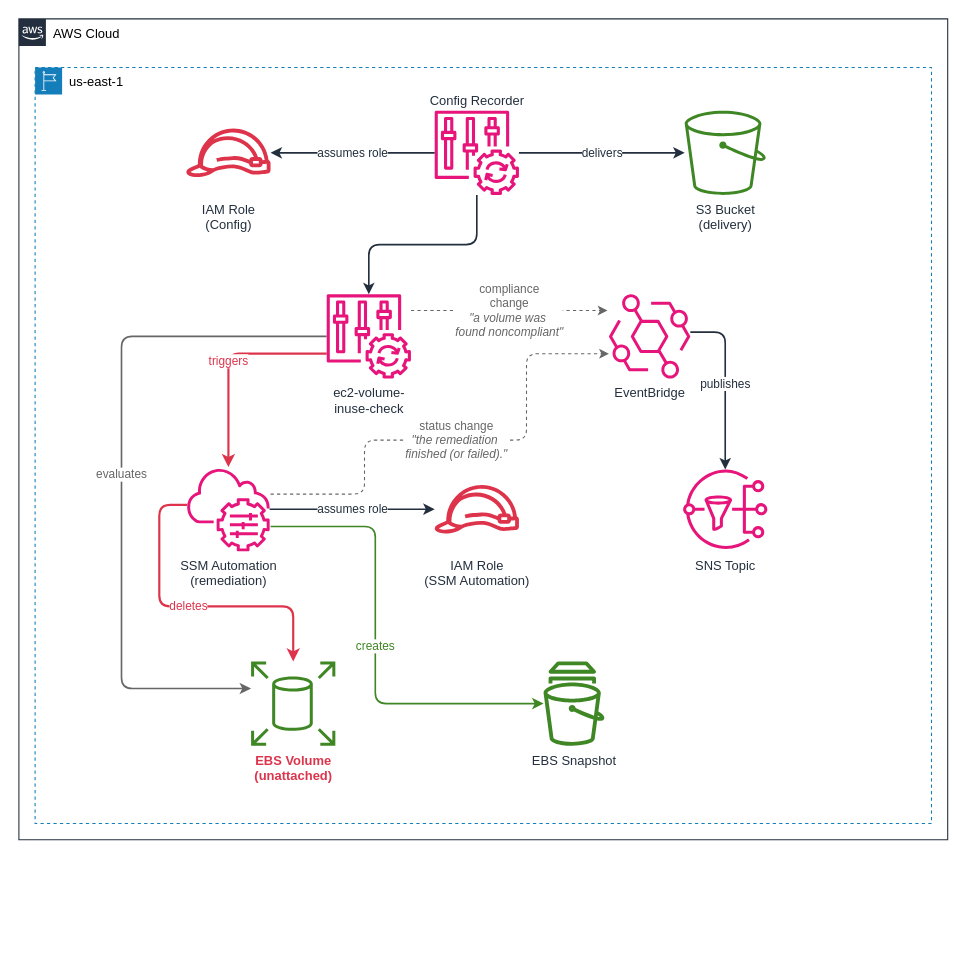
Before: labs/04-ebs-volume-cleanup-with-config-remediation/architecture.drawio in prasitstk/aws-security-hardening-labs, a draw.io diagram. Source tidied: cells renumbered, new cells numbered last; positions are measured from the earlier drawing's top-left corner, leaving out a move shared by most shapes. Both pictures are drawn from the tidied source at 108%, with x=0, y=0 at pixel (18, 18).
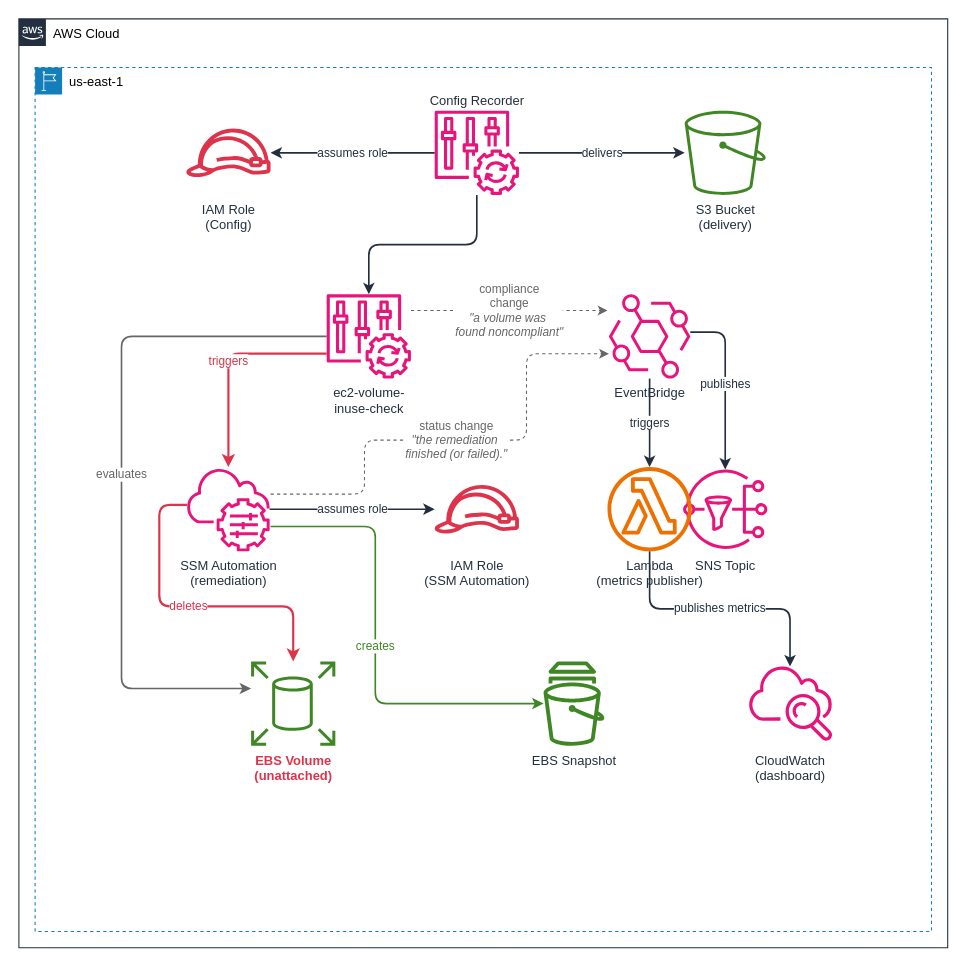
The same diagram, later.

Unchanged cells that the change refers to:
```xml
<mxCell id="8" value="EventBridge" style="sketch=0;outlineConnect=0;fontColor=#232F3E;gradientColor=none;fillColor=#E7157B;strokeColor=none;dashed=0;verticalLabelPosition=bottom;verticalAlign=top;align=center;html=1;fontSize=12;fontStyle=0;shape=mxgraph.aws4.eventbridge;" parent="3" vertex="1">
  <mxGeometry x="530" y="210" width="78" height="78" as="geometry" />
</mxCell>
```

The edit, as a diff of the source:
```diff
@@
     <mxCell id="2" value="AWS Cloud" style="gradientColor=none;html=1;whiteSpace=wrap;fontSize=12;fontStyle=0;strokeColor=#232F3E;fillColor=none;shape=mxgraph.aws4.group;grIcon=mxgraph.aws4.group_aws_cloud_alt;verticalAlign=top;align=left;spacingLeft=30;dashed=0;" parent="1" vertex="1">
-      <mxGeometry width="860" height="760" as="geometry" />
+      <mxGeometry width="860" height="860" as="geometry" />
     </mxCell>
     <mxCell id="3" value="us-east-1" style="gradientColor=none;html=1;whiteSpace=wrap;fontSize=12;fontStyle=0;strokeColor=#147EBA;fillColor=none;shape=mxgraph.aws4.group;grIcon=mxgraph.aws4.group_region;verticalAlign=top;align=left;spacingLeft=30;dashed=1;" parent="2" vertex="1">
-      <mxGeometry x="15" y="45" width="830" height="700" as="geometry" />
+      <mxGeometry x="15" y="45" width="830" height="800" as="geometry" />
     </mxCell>
@@
+    <mxCell id="25" value="Lambda&lt;br&gt;(metrics publisher)" style="sketch=0;outlineConnect=0;fontColor=#232F3E;gradientColor=none;fillColor=#ED7100;strokeColor=none;dashed=0;verticalLabelPosition=bottom;verticalAlign=top;align=center;html=1;fontSize=12;fontStyle=0;shape=mxgraph.aws4.lambda_function;" parent="3" vertex="1">
+      <mxGeometry x="530" y="370" width="78" height="78" as="geometry" />
+    </mxCell>
+    <mxCell id="26" value="CloudWatch&lt;br&gt;(dashboard)" style="sketch=0;outlineConnect=0;fontColor=#232F3E;gradientColor=none;fillColor=#E7157B;strokeColor=none;dashed=0;verticalLabelPosition=bottom;verticalAlign=top;align=center;html=1;fontSize=12;fontStyle=0;shape=mxgraph.aws4.cloudwatch;" parent="3" vertex="1">
+      <mxGeometry x="660" y="550" width="78" height="78" as="geometry" />
+    </mxCell>
@@
+    <mxCell id="27" value="triggers" style="edgeStyle=orthogonalEdgeStyle;rounded=1;jettySize=auto;html=1;strokeColor=#232F3E;strokeWidth=1.5;fontSize=11;fontColor=#232F3E;exitX=0.5;exitY=1;exitDx=0;exitDy=0;entryX=0.5;entryY=0;entryDx=0;entryDy=0;" parent="3" edge="1" source="8" target="25">
+      <mxGeometry relative="1" as="geometry" />
+    </mxCell>
+    <mxCell id="28" value="publishes metrics" style="edgeStyle=orthogonalEdgeStyle;rounded=1;jettySize=auto;html=1;strokeColor=#232F3E;strokeWidth=1.5;fontSize=11;fontColor=#232F3E;exitX=0.5;exitY=1;exitDx=0;exitDy=0;entryX=0.5;entryY=0;entryDx=0;entryDy=0;" parent="3" edge="1" source="25" target="26">
+      <mxGeometry relative="1" as="geometry" />
+    </mxCell>
```
